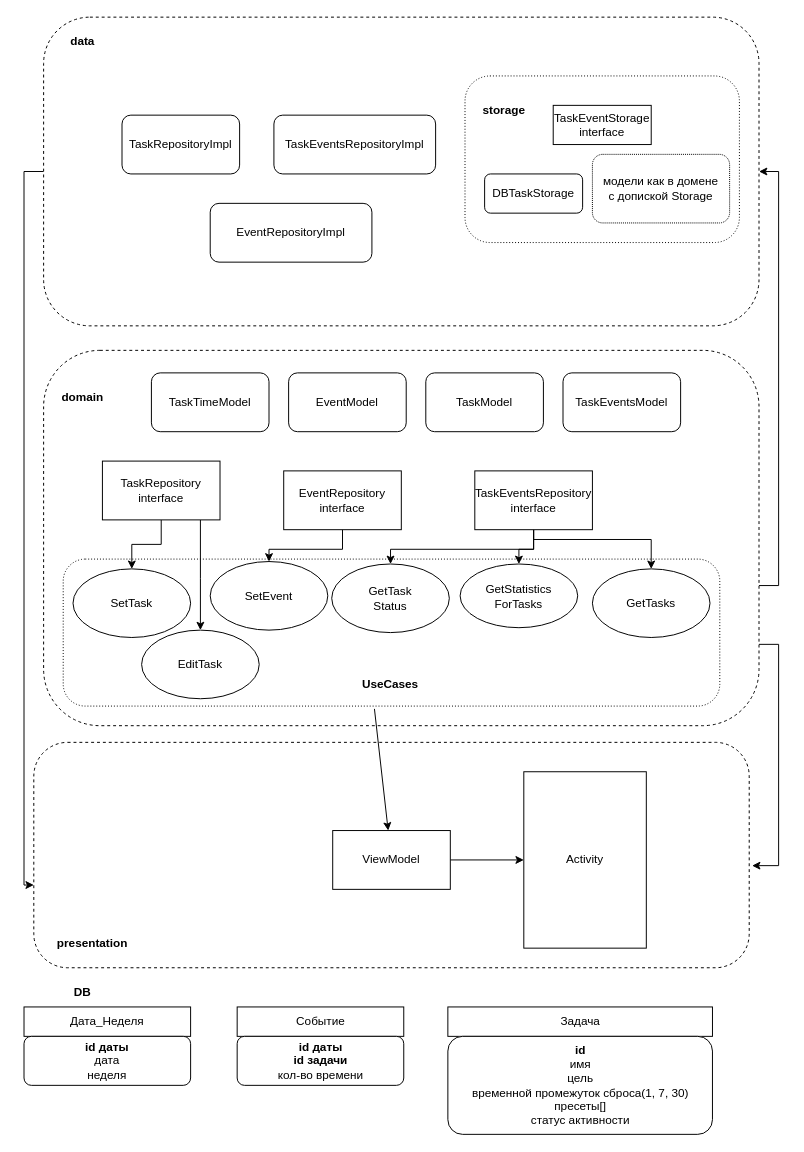
ZXLTRXN/Workulator keeps this draw.io diagram as Untitled Diagram.drawio. Above is the earlier version. Source tidied: cells renumbered, new cells numbered last; positions are measured from the earlier drawing's top-left corner, leaving out a move shared by most shapes. Both pictures are drawn from the tidied source at 98%, with x=0, y=0 at pixel (24, 17).
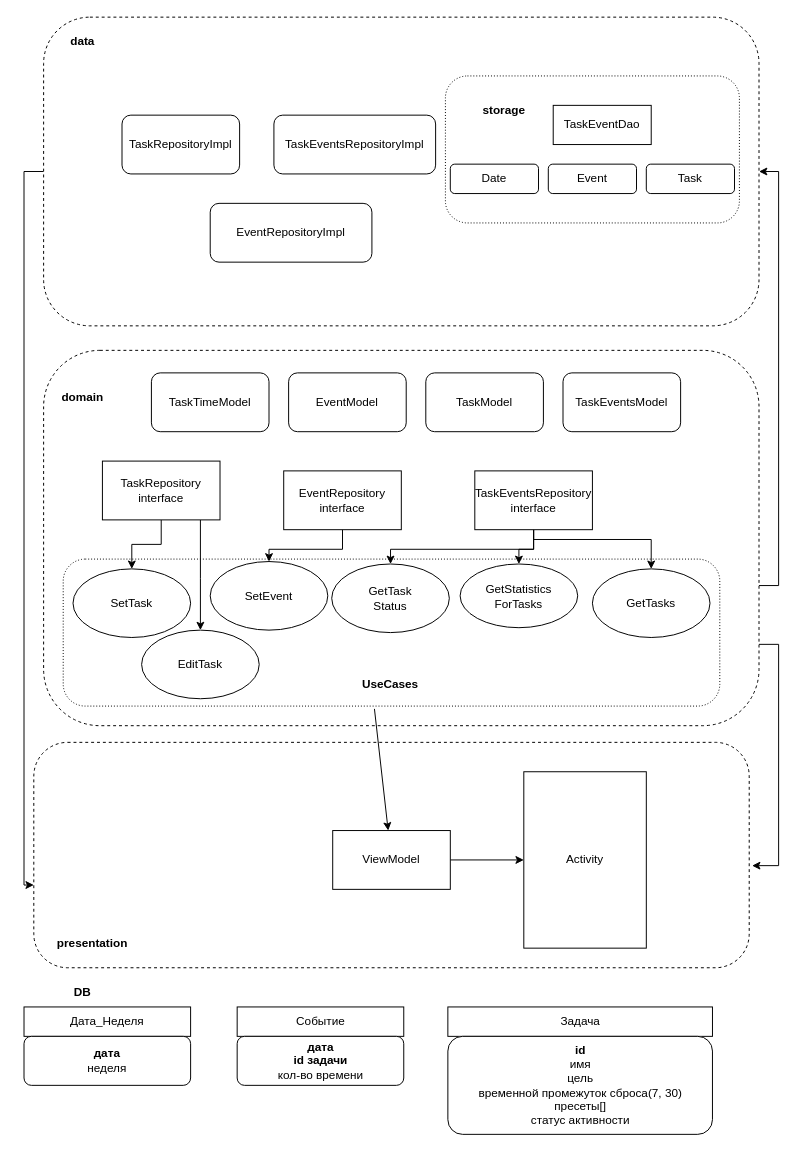
The same diagram, later.

Change to the diagram source:
```diff
@@
     <mxCell id="4" style="rounded=1;whiteSpace=wrap;html=1;dashed=1;dashPattern=1 2;" parent="1" vertex="1">
-      <mxGeometry x="450" y="60" width="280" height="170" as="geometry" />
+      <mxGeometry x="430" y="60" width="300" height="150" as="geometry" />
     </mxCell>
@@
-    <mxCell id="20" value="&lt;b&gt;id даты&lt;br&gt;&lt;/b&gt;&lt;b&gt;id задачи&lt;/b&gt;&lt;br&gt;кол-во времени" style="rounded=1;whiteSpace=wrap;html=1;" parent="1" vertex="1">
+    <mxCell id="20" value="&lt;b&gt;дата&lt;br&gt;&lt;/b&gt;&lt;b&gt;id задачи&lt;/b&gt;&lt;br&gt;кол-во времени" style="rounded=1;whiteSpace=wrap;html=1;" parent="1" vertex="1">
       <mxGeometry x="217.5" y="1040" width="170" height="50" as="geometry" />
     </mxCell>
@@
-    <mxCell id="22" value="&lt;b&gt;id&lt;/b&gt;&lt;br&gt;имя&lt;br&gt;цель&lt;br&gt;временной промежуток сброса(1, 7, 30)&lt;br&gt;пресеты[]&lt;br&gt;статус активности" style="rounded=1;whiteSpace=wrap;html=1;" parent="1" vertex="1">
+    <mxCell id="22" value="&lt;b&gt;id&lt;/b&gt;&lt;br&gt;имя&lt;br&gt;цель&lt;br&gt;временной промежуток сброса(7, 30)&lt;br&gt;пресеты[]&lt;br&gt;статус активности" style="rounded=1;whiteSpace=wrap;html=1;" parent="1" vertex="1">
       <mxGeometry x="432.5" y="1040" width="270" height="100" as="geometry" />
     </mxCell>
@@
-    <mxCell id="35" value="TaskEventStorage&lt;br&gt;interface" style="rounded=0;whiteSpace=wrap;html=1;" parent="1" vertex="1">
+    <mxCell id="35" value="TaskEventDao" style="rounded=0;whiteSpace=wrap;html=1;" parent="1" vertex="1">
       <mxGeometry x="540" y="90" width="100" height="40" as="geometry" />
     </mxCell>
-    <mxCell id="36" value="DBTaskStorage" style="rounded=1;whiteSpace=wrap;html=1;" parent="1" vertex="1">
-      <mxGeometry x="470" y="160" width="100" height="40" as="geometry" />
-    </mxCell>
@@
-    <mxCell id="45" value="модели как в домене &lt;br&gt;с допиской Storage" style="rounded=1;whiteSpace=wrap;html=1;dashed=1;dashPattern=1 1;" parent="1" vertex="1">
-      <mxGeometry x="580" y="140" width="140" height="70" as="geometry" />
-    </mxCell>
@@
-    <mxCell id="47" value="&lt;b&gt;id даты&lt;/b&gt;&lt;br&gt;дата&lt;br&gt;неделя" style="rounded=1;whiteSpace=wrap;html=1;" parent="1" vertex="1">
+    <mxCell id="47" value="&lt;b&gt;дата&lt;/b&gt;&lt;br&gt;неделя" style="rounded=1;whiteSpace=wrap;html=1;" parent="1" vertex="1">
       <mxGeometry y="1040" width="170" height="50" as="geometry" />
     </mxCell>
@@
+    <mxCell id="51" value="Date" style="rounded=1;whiteSpace=wrap;html=1;" parent="1" vertex="1">
+      <mxGeometry x="435" y="150" width="90" height="30" as="geometry" />
+    </mxCell>
+    <mxCell id="52" value="Event" style="rounded=1;whiteSpace=wrap;html=1;" parent="1" vertex="1">
+      <mxGeometry x="535" y="150" width="90" height="30" as="geometry" />
+    </mxCell>
+    <mxCell id="53" value="Task" style="rounded=1;whiteSpace=wrap;html=1;" parent="1" vertex="1">
+      <mxGeometry x="635" y="150" width="90" height="30" as="geometry" />
+    </mxCell>
```
